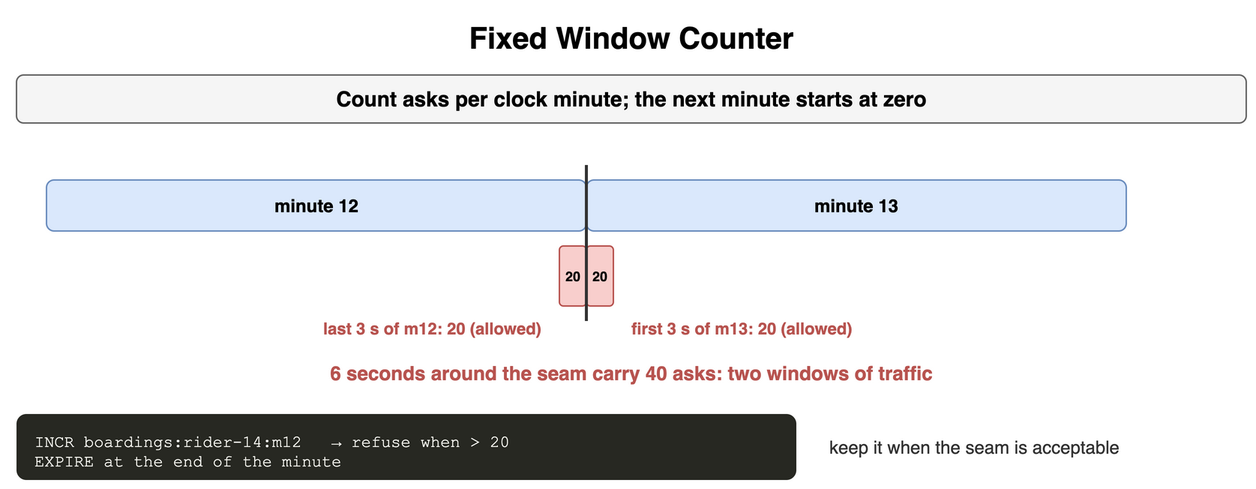
Before: content/09_System_Design_Interview/17_Rate_Limiting_and_Throttling/diagrams/rate-limiting-6-fixed-window-counter.png, a diagram exported from draw.io (amendez13/swe-study-guide). Source tidied: cells renumbered, new cells last; positions are measured from the earlier drawing's top-left corner, leaving out a move shared by most shapes.
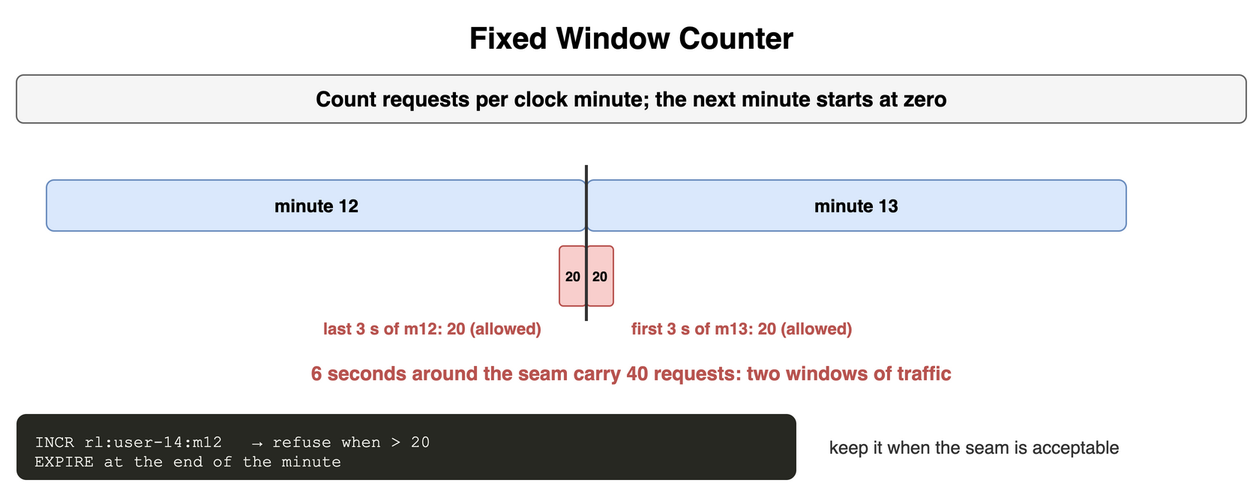
Later version of the same file.

Change to the diagram source:
```diff
@@ -5,7 +5,7 @@
     <mxCell id="2" value="Fixed Window Counter" style="text;html=1;align=center;verticalAlign=middle;whiteSpace=wrap;fontSize=20;fontStyle=1;" parent="1" vertex="1">
       <mxGeometry width="820" height="30" as="geometry" />
     </mxCell>
-    <mxCell id="3" value="Count asks per clock minute; the next minute starts at zero" style="rounded=1;whiteSpace=wrap;html=1;fillColor=#f5f5f5;strokeColor=#666666;fontStyle=1;fontSize=14;" parent="1" vertex="1">
+    <mxCell id="3" value="Count requests per clock minute; the next minute starts at zero" style="rounded=1;whiteSpace=wrap;html=1;fillColor=#f5f5f5;strokeColor=#666666;fontStyle=1;fontSize=14;" parent="1" vertex="1">
       <mxGeometry y="40" width="820" height="32" as="geometry" />
     </mxCell>
     <mxCell id="4" value="minute 12" style="rounded=1;whiteSpace=wrap;html=1;fillColor=#dae8fc;strokeColor=#6c8ebf;fontSize=12;align=center;fontStyle=1;" parent="1" vertex="1">
@@ -32,10 +32,10 @@
     <mxCell id="10" value="first 3 s of m13: 20 (allowed)" style="text;html=1;whiteSpace=wrap;fontSize=11;align=left;verticalAlign=middle;fontSize=11;fontColor=#b85450;fontStyle=1;" parent="1" vertex="1">
       <mxGeometry x="408" y="200" width="250" height="18" as="geometry" />
     </mxCell>
-    <mxCell id="11" value="6 seconds around the seam carry 40 asks: two windows of traffic" style="text;html=1;whiteSpace=wrap;fontSize=11;align=center;verticalAlign=middle;fontSize=13;fontColor=#b85450;fontStyle=1;" parent="1" vertex="1">
+    <mxCell id="11" value="6 seconds around the seam carry 40 requests: two windows of traffic" style="text;html=1;whiteSpace=wrap;fontSize=11;align=center;verticalAlign=middle;fontSize=13;fontColor=#b85450;fontStyle=1;" parent="1" vertex="1">
       <mxGeometry y="230" width="820" height="18" as="geometry" />
     </mxCell>
-    <mxCell id="12" value="INCR&amp;nbsp;boardings:rider-14:m12&amp;nbsp;&amp;nbsp;&amp;nbsp;→&amp;nbsp;refuse&amp;nbsp;when&amp;nbsp;&amp;gt;&amp;nbsp;20&lt;br&gt;EXPIRE&amp;nbsp;at&amp;nbsp;the&amp;nbsp;end&amp;nbsp;of&amp;nbsp;the&amp;nbsp;minute" style="rounded=1;whiteSpace=wrap;html=1;align=left;verticalAlign=top;spacingLeft=10;spacingTop=6;fontFamily=Courier New;fontSize=11;fillColor=#272822;fontColor=#f8f8f2;strokeColor=none;" parent="1" vertex="1">
+    <mxCell id="12" value="INCR&amp;nbsp;rl:user-14:m12&amp;nbsp;&amp;nbsp;&amp;nbsp;→&amp;nbsp;refuse&amp;nbsp;when&amp;nbsp;&amp;gt;&amp;nbsp;20&lt;br&gt;EXPIRE&amp;nbsp;at&amp;nbsp;the&amp;nbsp;end&amp;nbsp;of&amp;nbsp;the&amp;nbsp;minute" style="rounded=1;whiteSpace=wrap;html=1;align=left;verticalAlign=top;spacingLeft=10;spacingTop=6;fontFamily=Courier New;fontSize=11;fillColor=#272822;fontColor=#f8f8f2;strokeColor=none;" parent="1" vertex="1">
       <mxGeometry y="266" width="520" height="44" as="geometry" />
     </mxCell>
     <mxCell id="13" value="keep it when the seam is acceptable" style="text;html=1;whiteSpace=wrap;fontSize=11;align=left;verticalAlign=middle;fontSize=12;fontColor=#333333;" parent="1" vertex="1">
```
